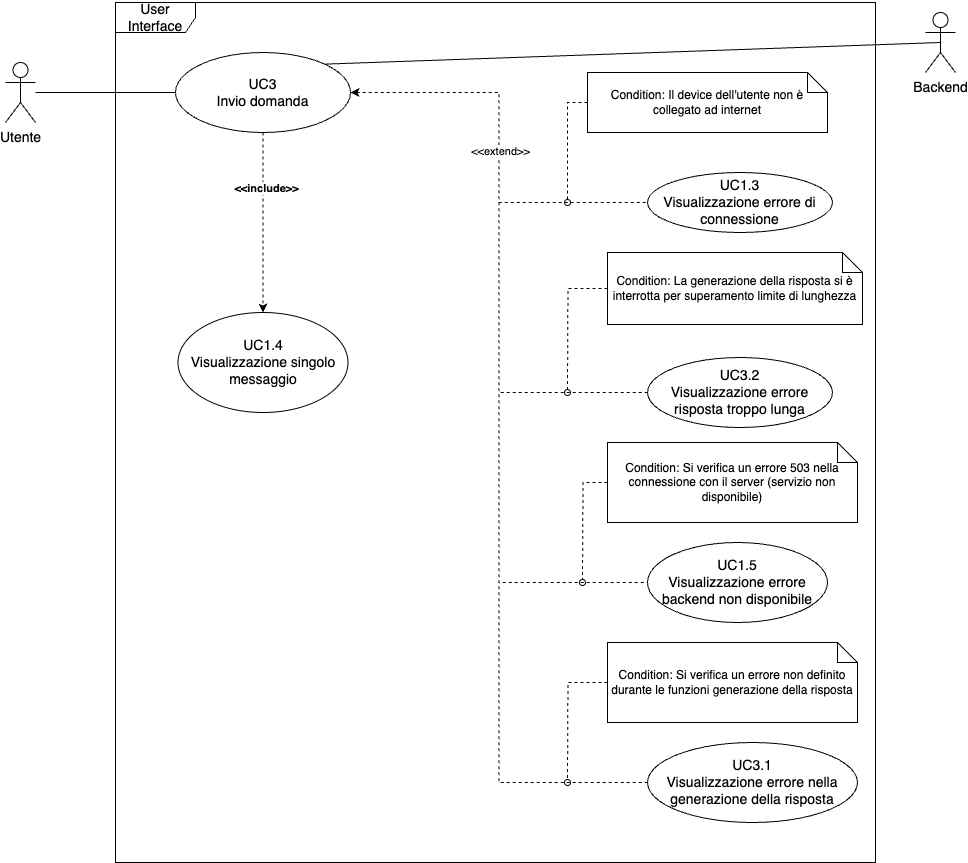
SweeTenTeam/Docs keeps this draw.io diagram as images/analisi-dei-requisiti/UC0_ask_User-UI.png. Above is the earlier version. Source tidied: cells renumbered, new cells last; positions are measured from the earlier drawing's top-left corner, leaving out a move shared by most shapes.
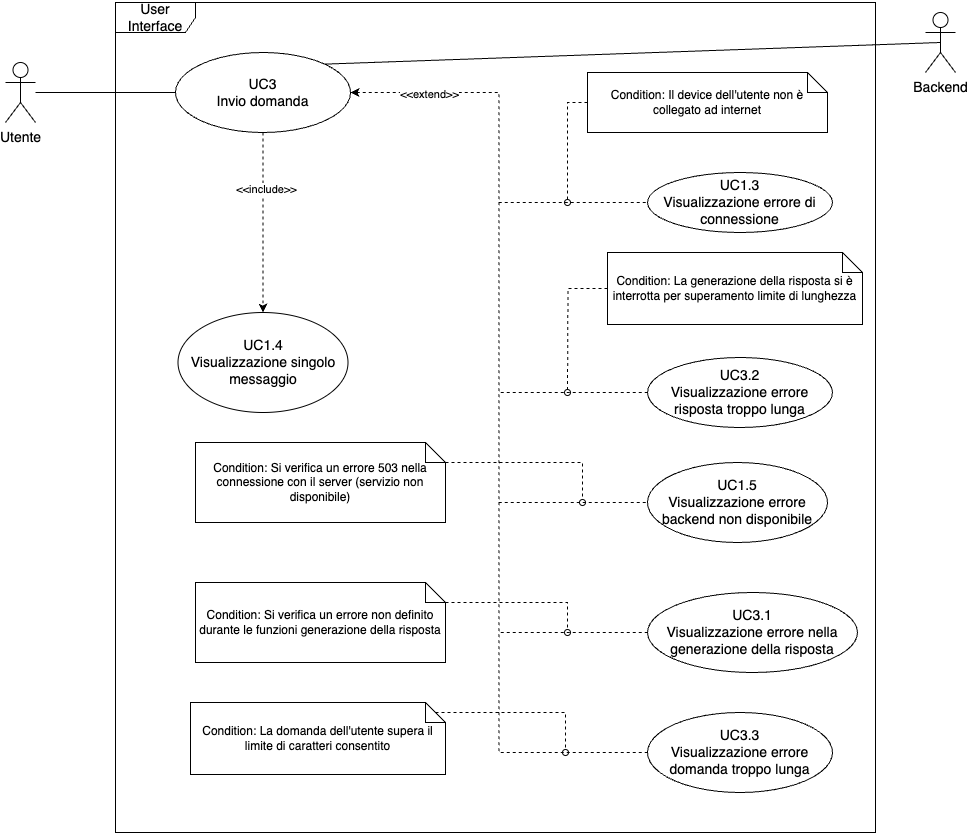
Above is the later version.

Diff of the diagram source:
```diff
@@ -3,30 +3,33 @@
     <mxCell id="0" />
     <mxCell id="1" parent="0" />
     <mxCell id="2" value="User Interface" style="shape=umlFrame;whiteSpace=wrap;html=1;width=80;height=30;fontSize=14;" parent="1" vertex="1">
-      <mxGeometry x="110" width="760" height="860" as="geometry" />
+      <mxGeometry x="110" width="760" height="830" as="geometry" />
     </mxCell>
     <mxCell id="3" style="edgeStyle=orthogonalEdgeStyle;rounded=0;jettySize=auto;html=1;entryX=0.5;entryY=0;entryDx=0;entryDy=0;dashed=1;" parent="1" edge="1" source="10" target="15">
       <mxGeometry relative="1" as="geometry" />
     </mxCell>
-    <mxCell id="4" value="&lt;b&gt;&amp;lt;&amp;lt;include&amp;gt;&amp;gt;&lt;/b&gt;" style="edgeLabel;html=1;align=center;verticalAlign=middle;" parent="3" vertex="1">
+    <mxCell id="4" value="&amp;lt;&amp;lt;include&amp;gt;&amp;gt;" style="edgeLabel;html=1;align=center;verticalAlign=middle;" parent="3" vertex="1">
       <mxGeometry x="-0.39" y="3" relative="1" as="geometry">
         <mxPoint y="1" as="offset" />
       </mxGeometry>
     </mxCell>
-    <mxCell id="5" style="edgeStyle=orthogonalEdgeStyle;rounded=0;jettySize=auto;html=1;entryX=0;entryY=0.5;entryDx=0;entryDy=0;startArrow=classic;startFill=1;endArrow=none;endFill=0;dashed=1;" parent="1" edge="1" source="10" target="14">
+    <mxCell id="5" style="edgeStyle=orthogonalEdgeStyle;rounded=0;jettySize=auto;html=1;entryX=0;entryY=0.5;entryDx=0;entryDy=0;endArrow=none;startFill=1;startArrow=classic;dashed=1;" parent="1" edge="1" source="10" target="14">
       <mxGeometry relative="1" as="geometry" />
     </mxCell>
-    <mxCell id="6" style="edgeStyle=orthogonalEdgeStyle;rounded=0;jettySize=auto;html=1;entryX=0;entryY=0.5;entryDx=0;entryDy=0;startArrow=classic;startFill=1;endArrow=none;endFill=0;dashed=1;" parent="1" edge="1" source="10" target="22">
+    <mxCell id="6" style="edgeStyle=orthogonalEdgeStyle;rounded=0;jettySize=auto;html=1;entryX=0;entryY=0.5;entryDx=0;entryDy=0;endArrow=none;startFill=1;startArrow=classic;dashed=1;" parent="1" edge="1" source="10" target="22">
       <mxGeometry relative="1" as="geometry" />
     </mxCell>
-    <mxCell id="7" style="edgeStyle=orthogonalEdgeStyle;rounded=0;jettySize=auto;html=1;entryX=0;entryY=0.5;entryDx=0;entryDy=0;startArrow=classic;startFill=1;endArrow=none;endFill=0;dashed=1;" parent="1" edge="1" source="10" target="19">
+    <mxCell id="7" style="edgeStyle=orthogonalEdgeStyle;rounded=0;jettySize=auto;html=1;entryX=0;entryY=0.5;entryDx=0;entryDy=0;endArrow=none;startFill=1;startArrow=classic;dashed=1;" parent="1" edge="1" source="10" target="19">
       <mxGeometry relative="1" as="geometry" />
     </mxCell>
-    <mxCell id="8" style="edgeStyle=orthogonalEdgeStyle;rounded=0;jettySize=auto;html=1;entryX=0;entryY=0.5;entryDx=0;entryDy=0;startArrow=classic;startFill=1;endArrow=none;endFill=0;dashed=1;" parent="1" edge="1" source="10" target="13">
+    <mxCell id="8" style="edgeStyle=orthogonalEdgeStyle;rounded=0;jettySize=auto;html=1;entryX=0;entryY=0.5;entryDx=0;entryDy=0;endArrow=none;startFill=1;startArrow=classic;dashed=1;" parent="1" edge="1" source="10" target="13">
       <mxGeometry relative="1" as="geometry" />
     </mxCell>
+    <mxCell id="28" style="edgeStyle=orthogonalEdgeStyle;rounded=0;jettySize=auto;html=1;entryX=0;entryY=0.5;entryDx=0;entryDy=0;endArrow=none;startFill=1;startArrow=classic;dashed=1;" parent="1" edge="1" source="10" target="29">
+      <mxGeometry relative="1" as="geometry" />
+    </mxCell>
-    <mxCell id="9" value="&amp;lt;&amp;lt;extend&amp;gt;&amp;gt;" style="edgeLabel;html=1;align=center;verticalAlign=middle;" parent="8" vertex="1">
-      <mxGeometry x="-0.58" y="1" relative="1" as="geometry" />
+    <mxCell id="9" value="&amp;lt;&amp;lt;extend&amp;gt;&amp;gt;" style="edgeLabel;html=1;align=center;verticalAlign=middle;" parent="28" vertex="1">
+      <mxGeometry x="-0.84" y="-1" relative="1" as="geometry" />
     </mxCell>
     <mxCell id="10" value="UC3&lt;div&gt;Invio domanda&lt;/div&gt;" style="ellipse;whiteSpace=wrap;html=1;fontSize=14;" parent="1" vertex="1">
       <mxGeometry x="170" y="50" width="175" height="80" as="geometry" />
@@ -38,7 +41,7 @@
       <mxGeometry y="60" width="30" height="60" as="geometry" />
     </mxCell>
     <mxCell id="13" value="UC3.1&lt;div&gt;Visualizzazione errore nella generazione della risposta&lt;/div&gt;" style="ellipse;whiteSpace=wrap;html=1;fontSize=14;" parent="1" vertex="1">
-      <mxGeometry x="642" y="740" width="210" height="80" as="geometry" />
+      <mxGeometry x="642" y="590" width="210" height="80" as="geometry" />
     </mxCell>
     <mxCell id="14" value="UC1.3&lt;div&gt;Visualizzazione errore di connessione&lt;/div&gt;" style="ellipse;whiteSpace=wrap;html=1;fontSize=14;" parent="1" vertex="1">
       <mxGeometry x="642" y="170" width="185" height="60" as="geometry" />
@@ -56,15 +59,18 @@
       <mxGeometry x="582" y="70" width="240" height="60" as="geometry" />
     </mxCell>
     <mxCell id="19" value="&lt;span style=&quot;text-wrap-mode: nowrap;&quot;&gt;&lt;font style=&quot;font-size: 14px;&quot;&gt;UC1.5&lt;/font&gt;&lt;/span&gt;&lt;div&gt;&lt;font style=&quot;font-size: 14px;&quot;&gt;Visualizzazione errore backend non disponibile&lt;/font&gt;&lt;/div&gt;" style="ellipse;whiteSpace=wrap;html=1;" parent="1" vertex="1">
-      <mxGeometry x="642" y="540" width="180" height="80" as="geometry" />
+      <mxGeometry x="642" y="460" width="180" height="80" as="geometry" />
     </mxCell>
-    <mxCell id="20" style="edgeStyle=orthogonalEdgeStyle;rounded=0;jettySize=auto;html=1;dashed=1;endArrow=oval;endFill=0;" parent="1" edge="1" source="21">
+    <mxCell id="20" style="edgeStyle=orthogonalEdgeStyle;rounded=0;jettySize=auto;html=1;dashed=1;endArrow=oval;endFill=0;exitX=0;exitY=0;exitDx=250;exitDy=20;exitPerimeter=0;" parent="1" edge="1" source="21">
       <mxGeometry relative="1" as="geometry">
-        <mxPoint x="577" y="580" as="targetPoint" />
+        <mxPoint x="577" y="500" as="targetPoint" />
+        <Array as="points">
+          <mxPoint x="577" y="460" />
+        </Array>
       </mxGeometry>
     </mxCell>
     <mxCell id="21" value="Condition: Si verifica un errore 503 nella connessione con il server (servizio non disponibile)" style="shape=note;size=20;whiteSpace=wrap;html=1;" parent="1" vertex="1">
-      <mxGeometry x="602" y="440" width="250" height="80" as="geometry" />
+      <mxGeometry x="190" y="440" width="250" height="80" as="geometry" />
     </mxCell>
     <mxCell id="22" value="UC3.2&lt;div&gt;Visualizzazione errore risposta troppo lunga&lt;/div&gt;" style="ellipse;whiteSpace=wrap;html=1;fontSize=14;" parent="1" vertex="1">
       <mxGeometry x="642" y="355" width="185" height="70" as="geometry" />
@@ -77,18 +83,35 @@
     <mxCell id="24" value="Condition: La generazione della risposta si è interrotta per superamento limite di lunghezza" style="shape=note;size=20;whiteSpace=wrap;html=1;" parent="1" vertex="1">
       <mxGeometry x="602" y="250" width="255" height="72" as="geometry" />
     </mxCell>
-    <mxCell id="25" style="edgeStyle=orthogonalEdgeStyle;rounded=0;jettySize=auto;html=1;dashed=1;endArrow=oval;endFill=0;" parent="1" edge="1" source="26">
+    <mxCell id="25" style="edgeStyle=orthogonalEdgeStyle;rounded=0;jettySize=auto;html=1;dashed=1;endArrow=oval;endFill=0;exitX=0;exitY=0;exitDx=250;exitDy=20;exitPerimeter=0;" parent="1" edge="1" source="26">
       <mxGeometry relative="1" as="geometry">
-        <mxPoint x="562" y="780" as="targetPoint" />
+        <mxPoint x="562" y="630" as="targetPoint" />
+        <Array as="points">
+          <mxPoint x="562" y="600" />
+        </Array>
       </mxGeometry>
     </mxCell>
     <mxCell id="26" value="Condition: Si verifica un errore non definito durante le funzioni generazione della risposta" style="shape=note;size=20;whiteSpace=wrap;html=1;" parent="1" vertex="1">
-      <mxGeometry x="602" y="640" width="250" height="80" as="geometry" />
+      <mxGeometry x="190" y="580" width="250" height="80" as="geometry" />
     </mxCell>
     <mxCell id="27" style="edgeStyle=orthogonalEdgeStyle;rounded=0;jettySize=auto;html=1;endArrow=oval;endFill=0;dashed=1;exitX=0;exitY=0.5;exitDx=0;exitDy=0;exitPerimeter=0;" parent="1" edge="1" source="18">
       <mxGeometry relative="1" as="geometry">
         <mxPoint x="562" y="200" as="targetPoint" />
       </mxGeometry>
     </mxCell>
+    <mxCell id="29" value="UC3.3&lt;div&gt;Visualizzazione errore domanda troppo lunga&lt;/div&gt;" style="ellipse;whiteSpace=wrap;html=1;fontSize=14;" parent="1" vertex="1">
+      <mxGeometry x="642" y="710" width="185" height="80" as="geometry" />
+    </mxCell>
+    <mxCell id="30" style="edgeStyle=orthogonalEdgeStyle;rounded=0;jettySize=auto;html=1;endArrow=oval;endFill=0;dashed=1;exitX=0;exitY=0;exitDx=245;exitDy=10;exitPerimeter=0;" parent="1" edge="1" source="31">
+      <mxGeometry relative="1" as="geometry">
+        <mxPoint x="560" y="750" as="targetPoint" />
+        <Array as="points">
+          <mxPoint x="560" y="710" />
+        </Array>
+      </mxGeometry>
+    </mxCell>
+    <mxCell id="31" value="Condition: La domanda dell'utente supera il limite di caratteri consentito" style="shape=note;size=20;whiteSpace=wrap;html=1;" parent="1" vertex="1">
+      <mxGeometry x="185" y="700" width="255" height="72" as="geometry" />
+    </mxCell>
   </root>
 </mxGraphModel>
```
